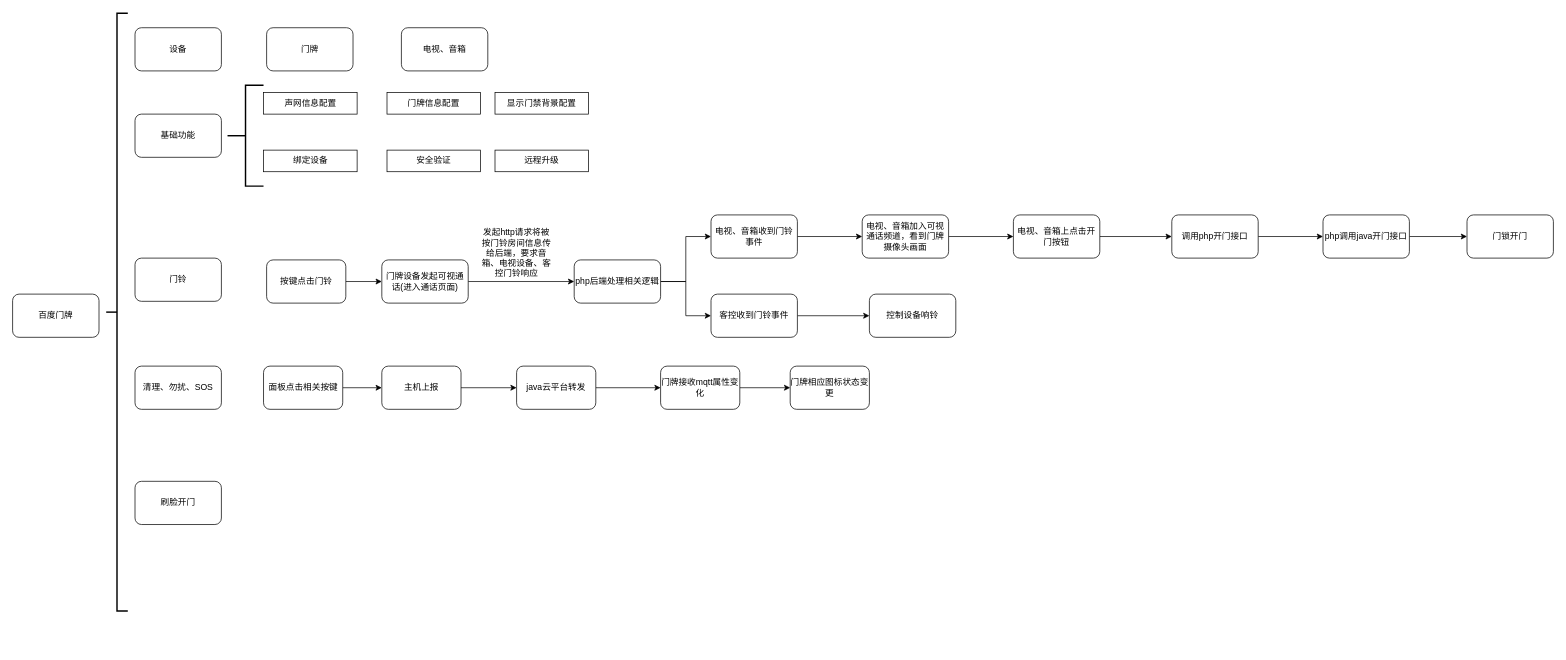
Earlier version of the draw.io diagram xzzh/门牌流程.drawio (daniel-7d/draw). Source tidied: cells renumbered, new cells numbered last; positions are measured from the earlier drawing's top-left corner, leaving out a move shared by most shapes. Both pictures are drawn from the tidied source at 72%, with x=0, y=0 at pixel (12, 13).
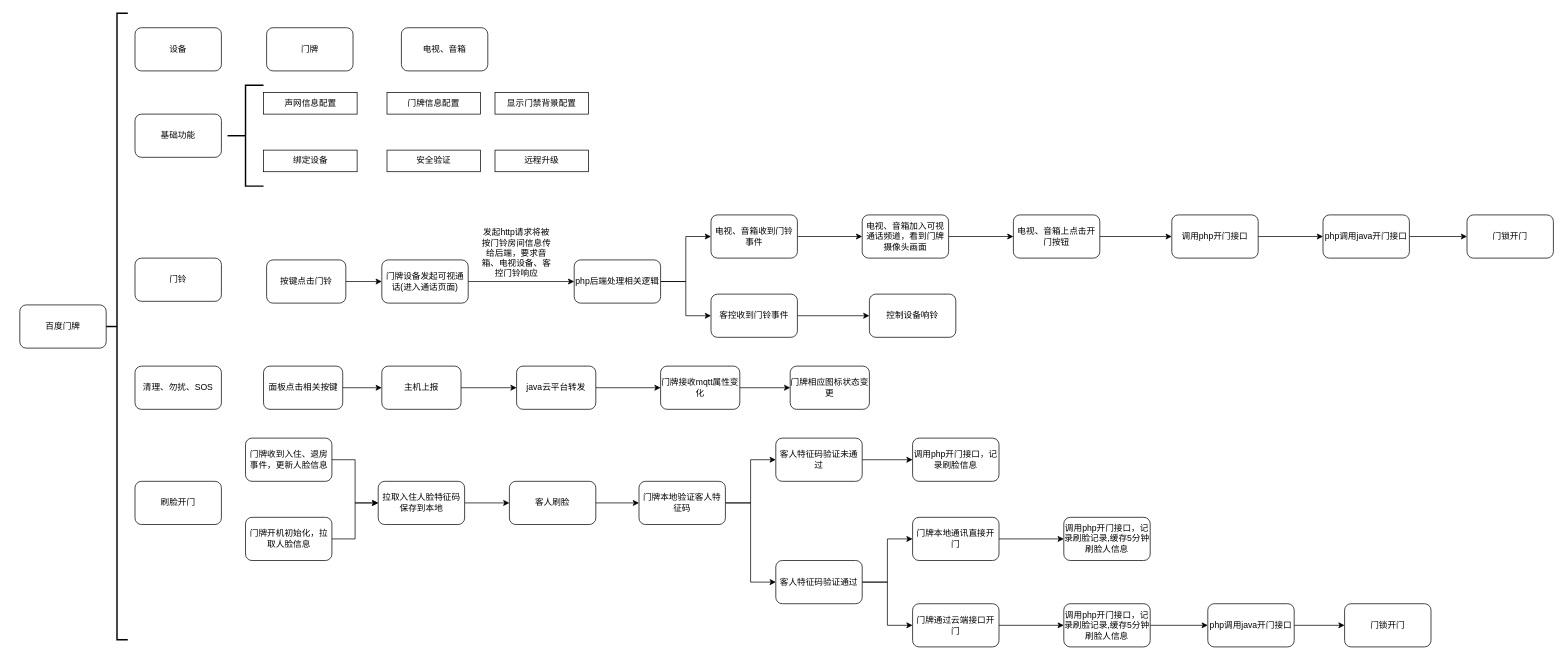
The same page after the edit.

Commit message (it also covers changes not shown here):
更新门牌流程.drawio

Change to the diagram source:
```diff
@@
     <mxCell id="2" value="百度门牌" style="rounded=1;whiteSpace=wrap;html=1;" parent="1" vertex="1">
-      <mxGeometry y="390" width="120" height="60" as="geometry" />
+      <mxGeometry x="10" y="405" width="120" height="60" as="geometry" />
     </mxCell>
     <mxCell id="3" style="strokeWidth=2;html=1;shape=mxgraph.flowchart.annotation_2;align=left;labelPosition=right;" parent="1" vertex="1">
-      <mxGeometry x="130" width="30" height="830" as="geometry" />
+      <mxGeometry x="130" width="30" height="870" as="geometry" />
     </mxCell>
@@
+    <mxCell id="49" style="edgeStyle=orthogonalEdgeStyle;rounded=0;jettySize=auto;html=1;exitX=1;exitY=0.5;exitDx=0;exitDy=0;entryX=0;entryY=0.5;entryDx=0;entryDy=0;" parent="1" edge="1" source="50" target="56">
+      <mxGeometry relative="1" as="geometry" />
+    </mxCell>
+    <mxCell id="50" value="拉取入住人脸特征码保存到本地" style="rounded=1;whiteSpace=wrap;html=1;" parent="1" vertex="1">
+      <mxGeometry x="507.8" y="650" width="120" height="60" as="geometry" />
+    </mxCell>
+    <mxCell id="51" style="edgeStyle=orthogonalEdgeStyle;rounded=0;jettySize=auto;html=1;exitX=1;exitY=0.5;exitDx=0;exitDy=0;" parent="1" edge="1" source="52" target="50">
+      <mxGeometry relative="1" as="geometry" />
+    </mxCell>
+    <mxCell id="52" value="门牌收到入住、退房事件，更新人脸信息" style="rounded=1;whiteSpace=wrap;html=1;" parent="1" vertex="1">
+      <mxGeometry x="323.5" y="590" width="120" height="60" as="geometry" />
+    </mxCell>
+    <mxCell id="53" style="edgeStyle=orthogonalEdgeStyle;rounded=0;jettySize=auto;html=1;exitX=1;exitY=0.5;exitDx=0;exitDy=0;entryX=0;entryY=0.5;entryDx=0;entryDy=0;" parent="1" edge="1" source="54" target="50">
+      <mxGeometry relative="1" as="geometry" />
+    </mxCell>
+    <mxCell id="54" value="门牌开机初始化，拉取人脸信息" style="rounded=1;whiteSpace=wrap;html=1;" parent="1" vertex="1">
+      <mxGeometry x="323.5" y="700" width="120" height="60" as="geometry" />
+    </mxCell>
+    <mxCell id="55" style="edgeStyle=orthogonalEdgeStyle;rounded=0;jettySize=auto;html=1;exitX=1;exitY=0.5;exitDx=0;exitDy=0;entryX=0;entryY=0.5;entryDx=0;entryDy=0;" parent="1" edge="1" source="56" target="59">
+      <mxGeometry relative="1" as="geometry" />
+    </mxCell>
+    <mxCell id="56" value="客人刷脸" style="rounded=1;whiteSpace=wrap;html=1;" parent="1" vertex="1">
+      <mxGeometry x="690" y="650" width="120" height="60" as="geometry" />
+    </mxCell>
+    <mxCell id="57" style="edgeStyle=orthogonalEdgeStyle;rounded=0;jettySize=auto;html=1;exitX=1;exitY=0.5;exitDx=0;exitDy=0;entryX=0;entryY=0.5;entryDx=0;entryDy=0;" parent="1" edge="1" source="59" target="61">
+      <mxGeometry relative="1" as="geometry" />
+    </mxCell>
+    <mxCell id="58" style="edgeStyle=orthogonalEdgeStyle;rounded=0;jettySize=auto;html=1;exitX=1;exitY=0.5;exitDx=0;exitDy=0;entryX=0;entryY=0.5;entryDx=0;entryDy=0;" parent="1" edge="1" source="59" target="64">
+      <mxGeometry relative="1" as="geometry" />
+    </mxCell>
+    <mxCell id="59" value="门牌本地验证客人特征码" style="rounded=1;whiteSpace=wrap;html=1;" parent="1" vertex="1">
+      <mxGeometry x="870" y="650" width="120" height="60" as="geometry" />
+    </mxCell>
+    <mxCell id="60" style="edgeStyle=orthogonalEdgeStyle;rounded=0;jettySize=auto;html=1;exitX=1;exitY=0.5;exitDx=0;exitDy=0;entryX=0;entryY=0.5;entryDx=0;entryDy=0;" parent="1" edge="1" source="61" target="65">
+      <mxGeometry relative="1" as="geometry" />
+    </mxCell>
+    <mxCell id="61" value="客人特征码验证未通过" style="rounded=1;whiteSpace=wrap;html=1;" parent="1" vertex="1">
+      <mxGeometry x="1060" y="590" width="120" height="60" as="geometry" />
+    </mxCell>
+    <mxCell id="62" style="edgeStyle=orthogonalEdgeStyle;rounded=0;jettySize=auto;html=1;exitX=1;exitY=0.5;exitDx=0;exitDy=0;entryX=0;entryY=0.5;entryDx=0;entryDy=0;" parent="1" edge="1" source="64" target="67">
+      <mxGeometry relative="1" as="geometry" />
+    </mxCell>
+    <mxCell id="63" style="edgeStyle=orthogonalEdgeStyle;rounded=0;jettySize=auto;html=1;exitX=1;exitY=0.5;exitDx=0;exitDy=0;entryX=0;entryY=0.5;entryDx=0;entryDy=0;" parent="1" edge="1" source="64" target="70">
+      <mxGeometry relative="1" as="geometry" />
+    </mxCell>
+    <mxCell id="64" value="客人特征码验证通过" style="rounded=1;whiteSpace=wrap;html=1;" parent="1" vertex="1">
+      <mxGeometry x="1060" y="760" width="120" height="60" as="geometry" />
+    </mxCell>
+    <mxCell id="65" value="调用php开门接口，记录刷脸信息" style="rounded=1;whiteSpace=wrap;html=1;" parent="1" vertex="1">
+      <mxGeometry x="1250" y="590" width="120" height="60" as="geometry" />
+    </mxCell>
+    <mxCell id="66" style="edgeStyle=orthogonalEdgeStyle;rounded=0;jettySize=auto;html=1;exitX=1;exitY=0.5;exitDx=0;exitDy=0;" parent="1" edge="1" source="67" target="68">
+      <mxGeometry relative="1" as="geometry" />
+    </mxCell>
+    <mxCell id="67" value="门牌本地通讯直接开门" style="rounded=1;whiteSpace=wrap;html=1;" parent="1" vertex="1">
+      <mxGeometry x="1250" y="700" width="120" height="60" as="geometry" />
+    </mxCell>
+    <mxCell id="68" value="调用php开门接口，记录刷脸记录,缓存5分钟刷脸人信息" style="rounded=1;whiteSpace=wrap;html=1;" parent="1" vertex="1">
+      <mxGeometry x="1460" y="700" width="120" height="60" as="geometry" />
+    </mxCell>
+    <mxCell id="69" style="edgeStyle=orthogonalEdgeStyle;rounded=0;jettySize=auto;html=1;exitX=1;exitY=0.5;exitDx=0;exitDy=0;entryX=0;entryY=0.5;entryDx=0;entryDy=0;" parent="1" edge="1" source="70" target="72">
+      <mxGeometry relative="1" as="geometry" />
+    </mxCell>
+    <mxCell id="70" value="门牌通过云端接口开门" style="rounded=1;whiteSpace=wrap;html=1;" parent="1" vertex="1">
+      <mxGeometry x="1250" y="820" width="120" height="60" as="geometry" />
+    </mxCell>
+    <mxCell id="71" style="edgeStyle=orthogonalEdgeStyle;rounded=0;jettySize=auto;html=1;exitX=1;exitY=0.5;exitDx=0;exitDy=0;" parent="1" edge="1" source="72" target="74">
+      <mxGeometry relative="1" as="geometry" />
+    </mxCell>
+    <mxCell id="72" value="调用php开门接口，记录刷脸记录,缓存5分钟刷脸人信息" style="rounded=1;whiteSpace=wrap;html=1;" parent="1" vertex="1">
+      <mxGeometry x="1460" y="820" width="120" height="60" as="geometry" />
+    </mxCell>
+    <mxCell id="73" style="edgeStyle=orthogonalEdgeStyle;rounded=0;jettySize=auto;html=1;exitX=1;exitY=0.5;exitDx=0;exitDy=0;entryX=0;entryY=0.5;entryDx=0;entryDy=0;" parent="1" edge="1" source="74" target="75">
+      <mxGeometry relative="1" as="geometry" />
+    </mxCell>
+    <mxCell id="74" value="php调用java开门接口" style="rounded=1;whiteSpace=wrap;html=1;" parent="1" vertex="1">
+      <mxGeometry x="1660" y="820" width="120" height="60" as="geometry" />
+    </mxCell>
+    <mxCell id="75" value="门锁开门" style="rounded=1;whiteSpace=wrap;html=1;" parent="1" vertex="1">
+      <mxGeometry x="1850" y="820" width="120" height="60" as="geometry" />
+    </mxCell>
```
